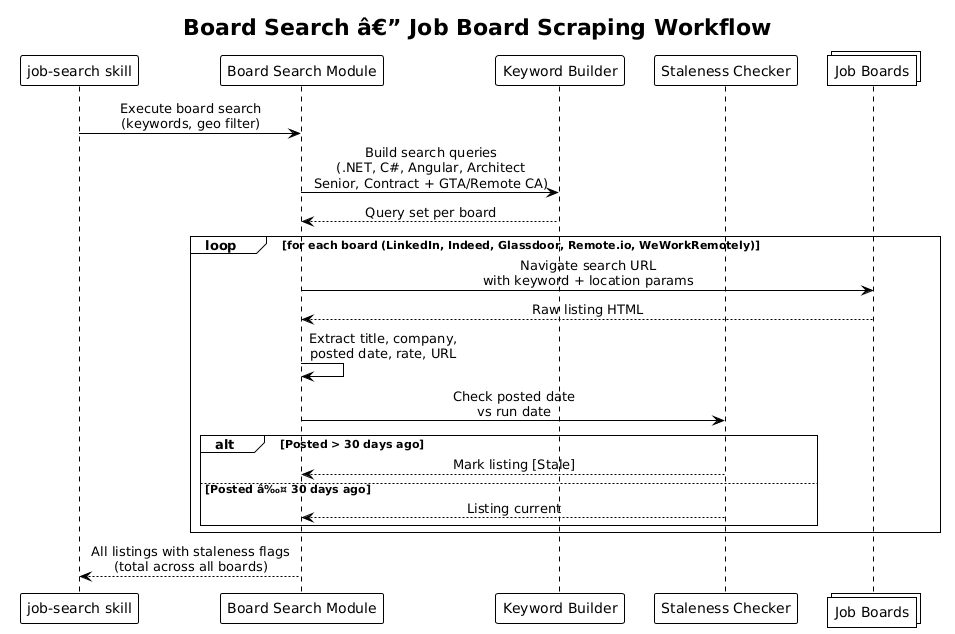
This is docs/detailed-designs/05-job-search-and-discovery/diagrams/sequence_board_search.png from QuinntyneBrown/Orbit, a PlantUML export, as it was before one commit. The source it was exported from:
```plantuml
@startuml
!theme plain
skinparam sequenceMessageAlign center

title Board Search â€” Job Board Scraping Workflow

participant "job-search skill" as skill
participant "Board Search Module" as board
participant "Keyword Builder" as keywords
participant "Staleness Checker" as stale
collections "Job Boards" as boards

skill -> board : Execute board search\n(keywords, geo filter)
board -> keywords : Build search queries\n(.NET, C#, Angular, Architect\nSenior, Contract + GTA/Remote CA)
keywords --> board : Query set per board
loop for each board (LinkedIn, Indeed, Glassdoor, Remote.io, WeWorkRemotely)
    board -> boards : Navigate search URL\nwith keyword + location params
    boards --> board : Raw listing HTML
    board -> board : Extract title, company,\nposted date, rate, URL
    board -> stale : Check posted date\nvs run date
    alt Posted > 30 days ago
        stale --> board : Mark listing [Stale]
    else Posted â‰¤ 30 days ago
        stale --> board : Listing current
    end
end
board --> skill : All listings with staleness flags\n(total across all boards)
@enduml
```
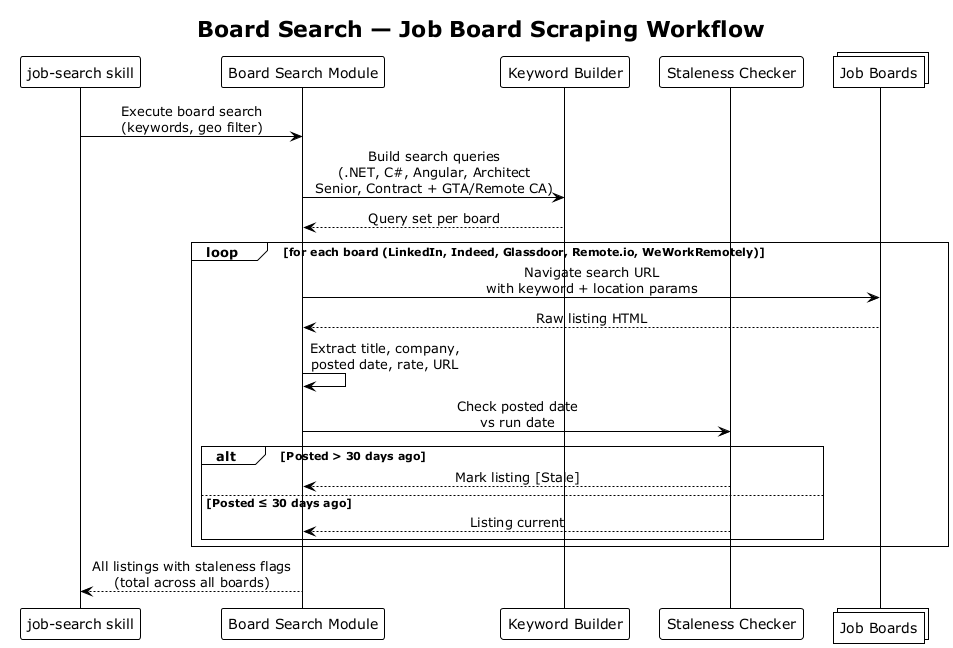
The same diagram one commit later.

What changed in the source:
```diff
@@ -1,8 +1,8 @@
-@startuml
+@startuml sequence_board_search
 !theme plain
 skinparam sequenceMessageAlign center
 
-title Board Search â€” Job Board Scraping Workflow
+title Board Search — Job Board Scraping Workflow
 
 participant "job-search skill" as skill
 participant "Board Search Module" as board
@@ -20,9 +20,10 @@
     board -> stale : Check posted date\nvs run date
     alt Posted > 30 days ago
         stale --> board : Mark listing [Stale]
-    else Posted â‰¤ 30 days ago
+    else Posted ≤ 30 days ago
         stale --> board : Listing current
     end
 end
 board --> skill : All listings with staleness flags\n(total across all boards)
+
 @enduml
```
